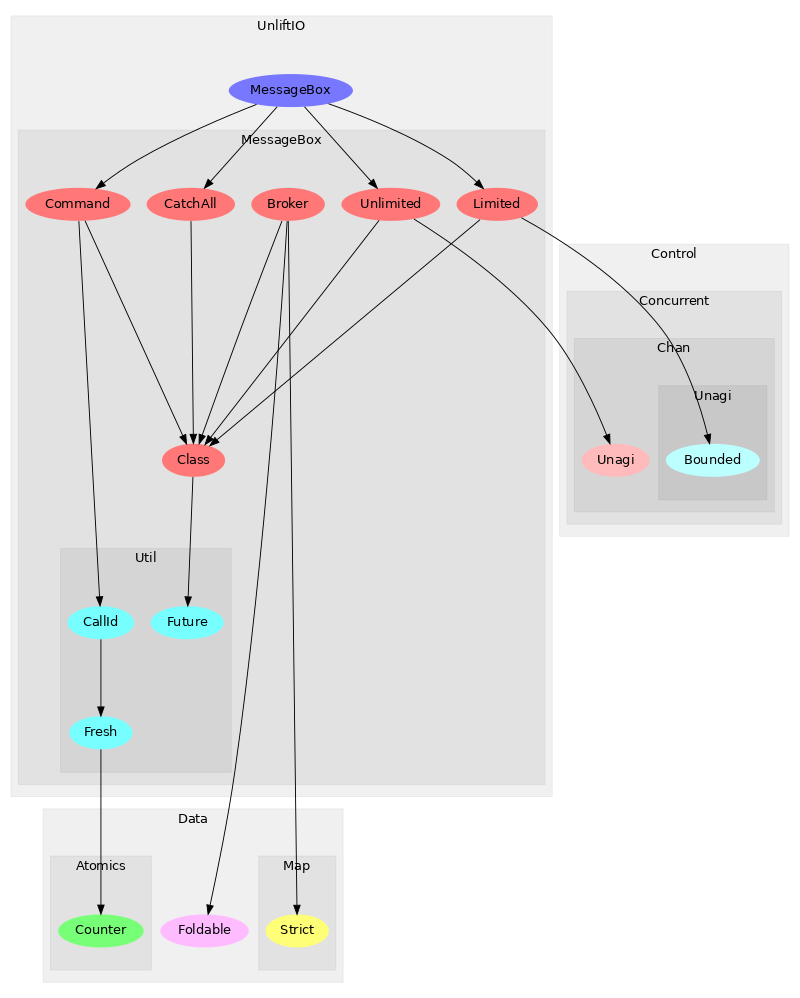
The Graphviz diagram generated-reports/module-graph/module-graph.png in sheyll/unliftio-messagebox, before a commit. Its source is kept beside it as generated-reports/module-graph/module-graph.dot.
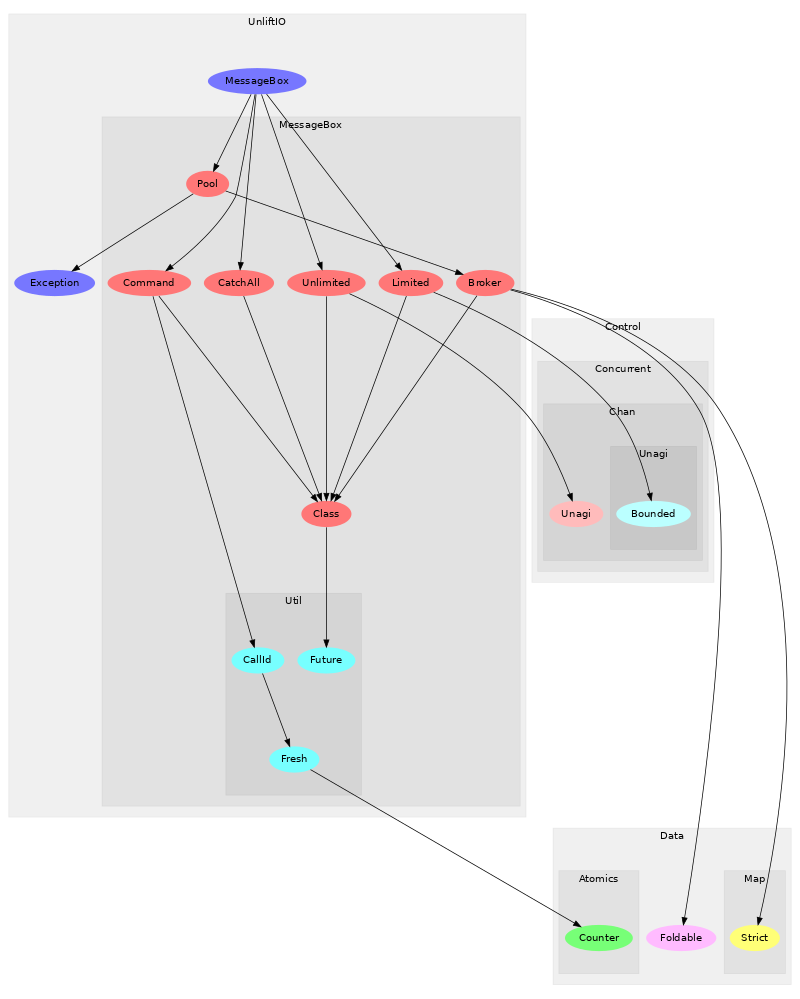
The same diagram one commit later.

The edit, as a diff of the source:
```diff
@@ -13,12 +13,12 @@
 label="Chan";
 color="#0000000F";
 style="filled";
-u11[label="Unagi",style="filled",fillcolor="#ffbbbb",penwidth="0"];
+u16[label="Unagi",style="filled",fillcolor="#ffbbbb",penwidth="0"];
 subgraph cluster_3 {
 label="Unagi";
 color="#0000000F";
 style="filled";
-u9[label="Bounded",style="filled",fillcolor="#bbffff",penwidth="0"];
+u12[label="Bounded",style="filled",fillcolor="#bbffff",penwidth="0"];
 
 }
 
@@ -31,19 +31,19 @@
 label="Data";
 color="#0000000F";
 style="filled";
-u13[label="Foldable",style="filled",fillcolor="#ffbbff",penwidth="0"];
+u2[label="Foldable",style="filled",fillcolor="#ffbbff",penwidth="0"];
 subgraph cluster_5 {
 label="Atomics";
 color="#0000000F";
 style="filled";
-u7[label="Counter",style="filled",fillcolor="#77ff77",penwidth="0"];
+u10[label="Counter",style="filled",fillcolor="#77ff77",penwidth="0"];
 
 }
 subgraph cluster_6 {
 label="Map";
 color="#0000000F";
 style="filled";
-u14[label="Strict",style="filled",fillcolor="#ffff77",penwidth="0"];
+u3[label="Strict",style="filled",fillcolor="#ffff77",penwidth="0"];
 
 }
 
@@ -52,46 +52,51 @@
 label="UnliftIO";
 color="#0000000F";
 style="filled";
+u14[label="Exception",style="filled",fillcolor="#7777ff",penwidth="0"];
 u0[label="MessageBox",style="filled",fillcolor="#7777ff",penwidth="0"];
 subgraph cluster_8 {
 label="MessageBox";
 color="#0000000F";
 style="filled";
-u12[label="Broker",style="filled",fillcolor="#ff7777",penwidth="0"];
-u10[label="Unlimited",style="filled",fillcolor="#ff7777",penwidth="0"];
-u8[label="Limited",style="filled",fillcolor="#ff7777",penwidth="0"];
-u4[label="Command",style="filled",fillcolor="#ff7777",penwidth="0"];
-u3[label="Class",style="filled",fillcolor="#ff7777",penwidth="0"];
-u1[label="CatchAll",style="filled",fillcolor="#ff7777",penwidth="0"];
+u15[label="Unlimited",style="filled",fillcolor="#ff7777",penwidth="0"];
+u13[label="Pool",style="filled",fillcolor="#ff7777",penwidth="0"];
+u11[label="Limited",style="filled",fillcolor="#ff7777",penwidth="0"];
+u7[label="Command",style="filled",fillcolor="#ff7777",penwidth="0"];
+u6[label="CatchAll",style="filled",fillcolor="#ff7777",penwidth="0"];
+u4[label="Class",style="filled",fillcolor="#ff7777",penwidth="0"];
+u1[label="Broker",style="filled",fillcolor="#ff7777",penwidth="0"];
 subgraph cluster_9 {
 label="Util";
 color="#0000000F";
 style="filled";
-u6[label="Fresh",style="filled",fillcolor="#77ffff",penwidth="0"];
-u5[label="CallId",style="filled",fillcolor="#77ffff",penwidth="0"];
-u2[label="Future",style="filled",fillcolor="#77ffff",penwidth="0"];
+u9[label="Fresh",style="filled",fillcolor="#77ffff",penwidth="0"];
+u8[label="CallId",style="filled",fillcolor="#77ffff",penwidth="0"];
+u5[label="Future",style="filled",fillcolor="#77ffff",penwidth="0"];
 
 }
 
 }
 
 }
-u0 -> u1;
-u0 -> u4;
-u0 -> u8;
-u0 -> u10;
+u0 -> u6;
+u0 -> u7;
+u0 -> u11;
+u0 -> u13;
+u0 -> u15;
+u1 -> u2;
 u1 -> u3;
-u3 -> u2;
-u4 -> u3;
+u1 -> u4;
 u4 -> u5;
-u5 -> u6;
-u6 -> u7;
-u8 -> u3;
+u6 -> u4;
+u7 -> u4;
+u7 -> u8;
 u8 -> u9;
-u10 -> u3;
-u10 -> u11;
-u12 -> u3;
-u12 -> u13;
-u12 -> u14;
+u9 -> u10;
+u11 -> u4;
+u11 -> u12;
+u13 -> u1;
+u13 -> u14;
+u15 -> u4;
+u15 -> u16;
 
 }
```
